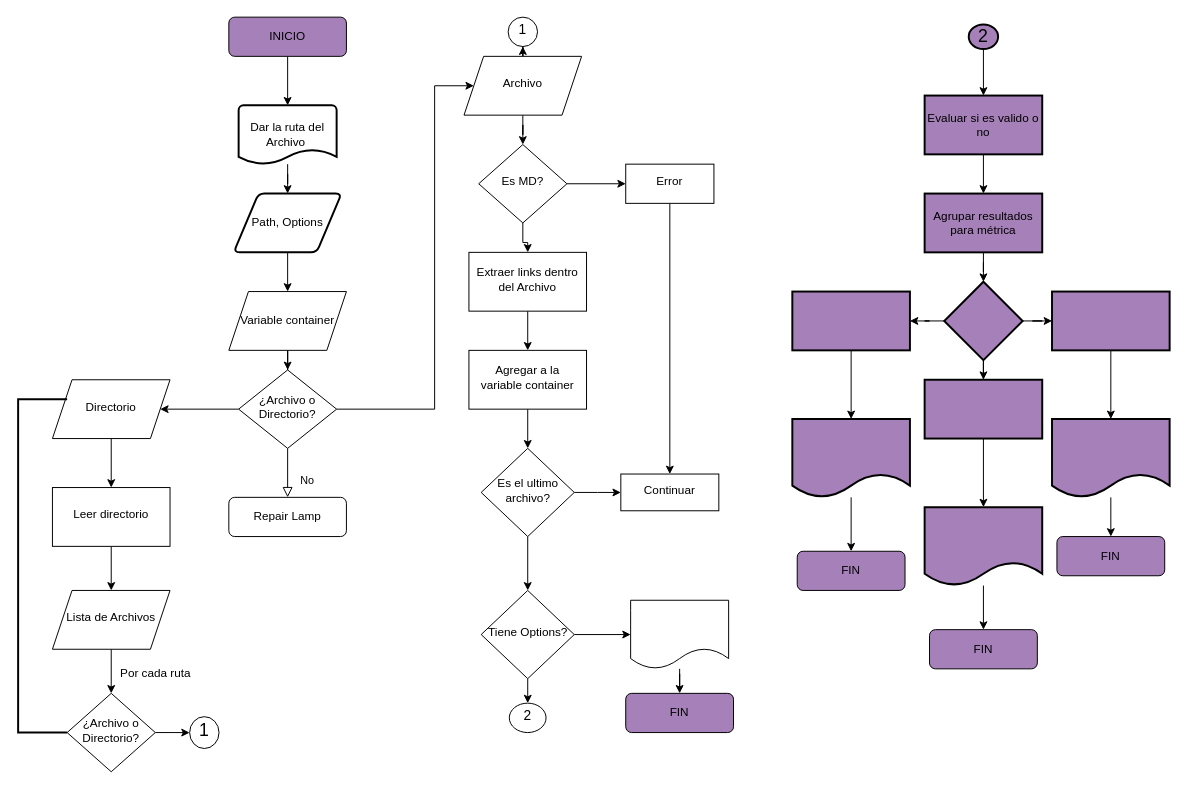
This is Untitled Diagram.drawio from Angelik4/bog001-md-links, a draw.io file, before an edit. Source tidied: cells renumbered, new cells numbered last; positions are measured from the earlier drawing's top-left corner, leaving out a move shared by most shapes. Both pictures are drawn from the tidied source at 98%, with x=0, y=0 at pixel (18, 17).
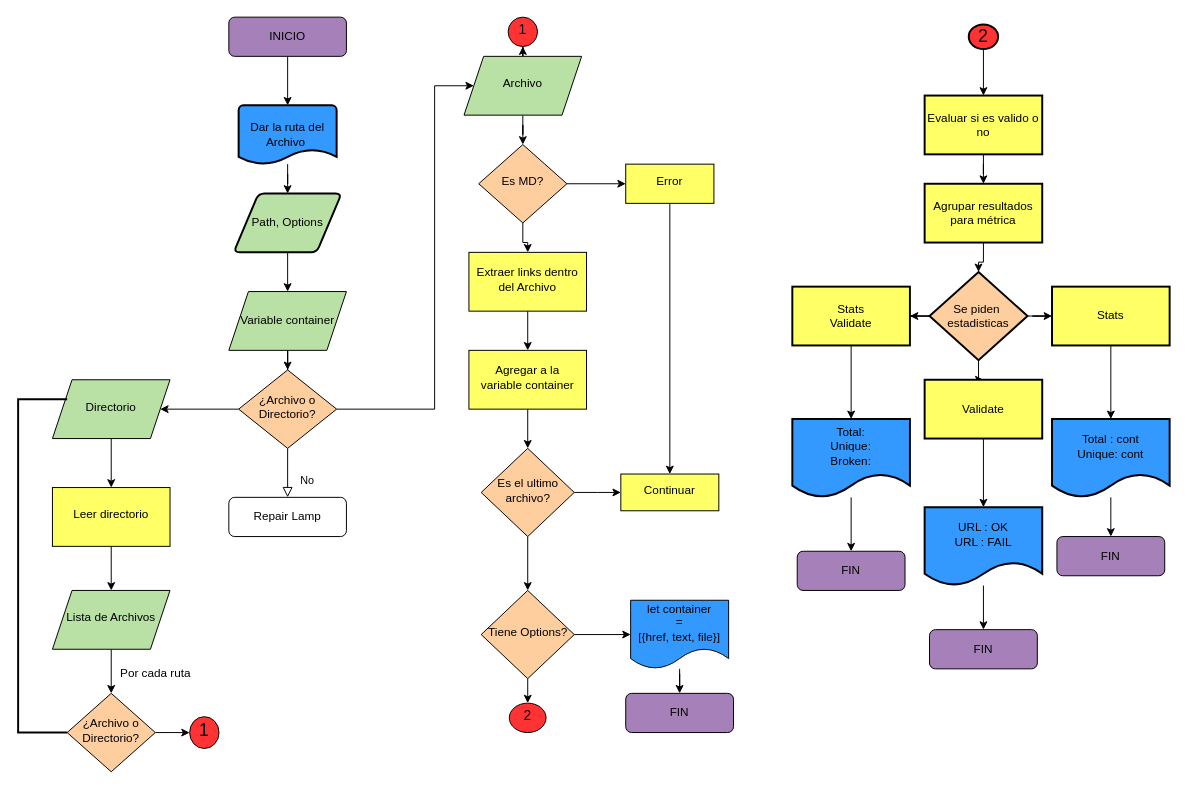
After the change.

Diff of the diagram source:
```diff
@@
-    <mxCell id="7" value="¿Archivo o Directorio?" style="rhombus;whiteSpace=wrap;html=1;shadow=0;fontFamily=Helvetica;fontSize=12;align=center;strokeWidth=1;spacing=6;spacingTop=-4;" parent="1" vertex="1">
+    <mxCell id="7" value="¿Archivo o Directorio?" style="rhombus;whiteSpace=wrap;html=1;shadow=0;fontFamily=Helvetica;fontSize=12;align=center;strokeWidth=1;spacing=6;spacingTop=-4;fillColor=#FFCE9F;" parent="1" vertex="1">
       <mxGeometry x="225" y="360" width="100" height="80" as="geometry" />
     </mxCell>
@@
-    <mxCell id="10" value="Dar la ruta del Archivo&amp;nbsp;" style="strokeWidth=2;html=1;shape=mxgraph.flowchart.document2;whiteSpace=wrap;size=0.25;" parent="1" vertex="1">
+    <mxCell id="10" value="Dar la ruta del Archivo&amp;nbsp;" style="strokeWidth=2;html=1;shape=mxgraph.flowchart.document2;whiteSpace=wrap;size=0.25;fillColor=#3399FF;" parent="1" vertex="1">
       <mxGeometry x="225" y="90" width="100" height="60" as="geometry" />
     </mxCell>
@@
-    <mxCell id="12" value="Path, Options" style="shape=parallelogram;html=1;strokeWidth=2;perimeter=parallelogramPerimeter;whiteSpace=wrap;rounded=1;arcSize=12;size=0.23;" parent="1" vertex="1">
+    <mxCell id="12" value="Path, Options" style="shape=parallelogram;html=1;strokeWidth=2;perimeter=parallelogramPerimeter;whiteSpace=wrap;rounded=1;arcSize=12;size=0.23;fillColor=#B9E0A5;" parent="1" vertex="1">
       <mxGeometry x="220" y="180" width="110" height="60" as="geometry" />
     </mxCell>
@@
-    <mxCell id="14" value="Variable container" style="shape=parallelogram;perimeter=parallelogramPerimeter;whiteSpace=wrap;html=1;fixedSize=1;strokeColor=#000000;" parent="1" vertex="1">
+    <mxCell id="14" value="Variable container" style="shape=parallelogram;perimeter=parallelogramPerimeter;whiteSpace=wrap;html=1;fixedSize=1;strokeColor=#000000;fillColor=#B9E0A5;" parent="1" vertex="1">
       <mxGeometry x="215" y="280" width="120" height="60" as="geometry" />
     </mxCell>
@@
-    <mxCell id="16" value="Directorio" style="shape=parallelogram;perimeter=parallelogramPerimeter;whiteSpace=wrap;html=1;fixedSize=1;shadow=0;strokeWidth=1;spacing=6;spacingTop=-4;" parent="1" vertex="1">
+    <mxCell id="16" value="Directorio" style="shape=parallelogram;perimeter=parallelogramPerimeter;whiteSpace=wrap;html=1;fixedSize=1;shadow=0;strokeWidth=1;spacing=6;spacingTop=-4;fillColor=#B9E0A5;" parent="1" vertex="1">
       <mxGeometry x="35" y="370" width="120" height="60" as="geometry" />
     </mxCell>
@@
-    <mxCell id="18" value="Leer directorio" style="whiteSpace=wrap;html=1;shadow=0;strokeWidth=1;spacing=6;spacingTop=-4;" parent="1" vertex="1">
+    <mxCell id="18" value="Leer directorio" style="whiteSpace=wrap;html=1;shadow=0;strokeWidth=1;spacing=6;spacingTop=-4;fillColor=#FFFF66;" parent="1" vertex="1">
       <mxGeometry x="35" y="480" width="120" height="60" as="geometry" />
     </mxCell>
@@
-    <mxCell id="20" value="Lista de Archivos" style="shape=parallelogram;perimeter=parallelogramPerimeter;whiteSpace=wrap;html=1;fixedSize=1;shadow=0;strokeWidth=1;spacing=6;spacingTop=-4;" parent="1" vertex="1">
+    <mxCell id="20" value="Lista de Archivos" style="shape=parallelogram;perimeter=parallelogramPerimeter;whiteSpace=wrap;html=1;fixedSize=1;shadow=0;strokeWidth=1;spacing=6;spacingTop=-4;fillColor=#B9E0A5;" parent="1" vertex="1">
       <mxGeometry x="35" y="585" width="120" height="60" as="geometry" />
     </mxCell>
@@
-    <mxCell id="22" value="&lt;span&gt;¿Archivo o Directorio?&lt;/span&gt;" style="rhombus;whiteSpace=wrap;html=1;shadow=0;strokeWidth=1;spacing=6;spacingTop=-4;" parent="1" vertex="1">
+    <mxCell id="22" value="&lt;span&gt;¿Archivo o Directorio?&lt;/span&gt;" style="rhombus;whiteSpace=wrap;html=1;shadow=0;strokeWidth=1;spacing=6;spacingTop=-4;fillColor=#FFCE9F;" parent="1" vertex="1">
       <mxGeometry x="50" y="690" width="90" height="80" as="geometry" />
     </mxCell>
@@
-    <mxCell id="25" value="&lt;font style=&quot;font-size: 18px&quot;&gt;1&lt;/font&gt;" style="ellipse;whiteSpace=wrap;html=1;shadow=0;strokeWidth=1;spacing=6;spacingTop=-4;" parent="1" vertex="1">
+    <mxCell id="25" value="&lt;font style=&quot;font-size: 18px&quot;&gt;1&lt;/font&gt;" style="ellipse;whiteSpace=wrap;html=1;shadow=0;strokeWidth=1;spacing=6;spacingTop=-4;fillColor=#FF3333;" parent="1" vertex="1">
       <mxGeometry x="175" y="713.8" width="30" height="32.5" as="geometry" />
     </mxCell>
@@
-    <mxCell id="28" value="Archivo" style="shape=parallelogram;perimeter=parallelogramPerimeter;whiteSpace=wrap;html=1;fixedSize=1;shadow=0;strokeWidth=1;spacing=6;spacingTop=-4;" parent="1" vertex="1">
+    <mxCell id="28" value="Archivo" style="shape=parallelogram;perimeter=parallelogramPerimeter;whiteSpace=wrap;html=1;fixedSize=1;shadow=0;strokeWidth=1;spacing=6;spacingTop=-4;fillColor=#B9E0A5;" parent="1" vertex="1">
       <mxGeometry x="455" y="40" width="120" height="60" as="geometry" />
     </mxCell>
-    <mxCell id="29" value="&lt;font style=&quot;font-size: 14px&quot;&gt;1&lt;/font&gt;" style="ellipse;whiteSpace=wrap;html=1;shadow=0;strokeWidth=1;spacing=6;spacingTop=-4;" parent="1" vertex="1">
+    <mxCell id="29" value="&lt;font style=&quot;font-size: 14px&quot;&gt;1&lt;/font&gt;" style="ellipse;whiteSpace=wrap;html=1;shadow=0;strokeWidth=1;spacing=6;spacingTop=-4;fillColor=#FF3333;" parent="1" vertex="1">
       <mxGeometry x="500" width="30" height="30" as="geometry" />
     </mxCell>
@@
-    <mxCell id="32" value="Es MD?" style="rhombus;whiteSpace=wrap;html=1;shadow=0;strokeWidth=1;spacing=6;spacingTop=-4;" parent="1" vertex="1">
+    <mxCell id="32" value="Es MD?" style="rhombus;whiteSpace=wrap;html=1;shadow=0;strokeWidth=1;spacing=6;spacingTop=-4;fillColor=#FFCE9F;" parent="1" vertex="1">
       <mxGeometry x="470" y="130" width="90" height="80" as="geometry" />
     </mxCell>
@@
-    <mxCell id="34" value="Extraer links dentro del Archivo" style="whiteSpace=wrap;html=1;shadow=0;strokeWidth=1;spacing=6;spacingTop=-4;" parent="1" vertex="1">
+    <mxCell id="34" value="Extraer links dentro del Archivo" style="whiteSpace=wrap;html=1;shadow=0;strokeWidth=1;spacing=6;spacingTop=-4;fillColor=#FFFF66;" parent="1" vertex="1">
       <mxGeometry x="460" y="240" width="120" height="60" as="geometry" />
     </mxCell>
@@
-    <mxCell id="36" value="Agregar a la variable container" style="whiteSpace=wrap;html=1;shadow=0;strokeWidth=1;spacing=6;spacingTop=-4;" parent="1" vertex="1">
+    <mxCell id="36" value="Agregar a la variable container" style="whiteSpace=wrap;html=1;shadow=0;strokeWidth=1;spacing=6;spacingTop=-4;fillColor=#FFFF66;" parent="1" vertex="1">
       <mxGeometry x="460" y="340" width="120" height="60" as="geometry" />
     </mxCell>
@@
-    <mxCell id="39" value="Es el ultimo archivo?" style="rhombus;whiteSpace=wrap;html=1;shadow=0;strokeWidth=1;spacing=6;spacingTop=-4;" parent="1" vertex="1">
+    <mxCell id="39" value="Es el ultimo archivo?" style="rhombus;whiteSpace=wrap;html=1;shadow=0;strokeWidth=1;spacing=6;spacingTop=-4;fillColor=#FFCE9F;" parent="1" vertex="1">
       <mxGeometry x="472.5" y="440" width="95" height="90" as="geometry" />
     </mxCell>
-    <mxCell id="40" value="Continuar" style="whiteSpace=wrap;html=1;shadow=0;strokeWidth=1;spacing=6;spacingTop=-4;" parent="1" vertex="1">
+    <mxCell id="40" value="Continuar" style="whiteSpace=wrap;html=1;shadow=0;strokeWidth=1;spacing=6;spacingTop=-4;fillColor=#FFFF66;" parent="1" vertex="1">
       <mxGeometry x="615" y="466.2" width="100" height="37.5" as="geometry" />
     </mxCell>
@@
-    <mxCell id="42" value="Error" style="whiteSpace=wrap;html=1;shadow=0;strokeWidth=1;spacing=6;spacingTop=-4;" parent="1" vertex="1">
+    <mxCell id="42" value="Error" style="whiteSpace=wrap;html=1;shadow=0;strokeWidth=1;spacing=6;spacingTop=-4;fillColor=#FFFF66;" parent="1" vertex="1">
       <mxGeometry x="620" y="150" width="90" height="40" as="geometry" />
     </mxCell>
@@
-    <mxCell id="45" value="Tiene Options?" style="rhombus;whiteSpace=wrap;html=1;shadow=0;strokeWidth=1;spacing=6;spacingTop=-4;" parent="1" vertex="1">
+    <mxCell id="45" value="Tiene Options?" style="rhombus;whiteSpace=wrap;html=1;shadow=0;strokeWidth=1;spacing=6;spacingTop=-4;fillColor=#FFCE9F;" parent="1" vertex="1">
       <mxGeometry x="472.5" y="585" width="95" height="90" as="geometry" />
     </mxCell>
@@
-    <mxCell id="47" style="shape=document;whiteSpace=wrap;html=1;boundedLbl=1;shadow=0;strokeWidth=1;spacing=6;spacingTop=-4;" parent="1" vertex="1">
+    <mxCell id="47" value="let container&lt;br&gt;=&lt;br&gt;[{href, text, file}]" style="shape=document;whiteSpace=wrap;html=1;boundedLbl=1;shadow=0;strokeWidth=1;spacing=6;spacingTop=-4;fillColor=#3399FF;" parent="1" vertex="1">
       <mxGeometry x="625" y="595" width="100" height="70" as="geometry" />
     </mxCell>
@@
-    <mxCell id="49" value="&lt;font style=&quot;font-size: 14px&quot;&gt;2&lt;/font&gt;" style="ellipse;whiteSpace=wrap;html=1;shadow=0;strokeWidth=1;spacing=6;spacingTop=-4;" parent="1" vertex="1">
+    <mxCell id="49" value="&lt;font style=&quot;font-size: 14px&quot;&gt;2&lt;/font&gt;" style="ellipse;whiteSpace=wrap;html=1;shadow=0;strokeWidth=1;spacing=6;spacingTop=-4;fillColor=#FF3333;" parent="1" vertex="1">
       <mxGeometry x="501.2" y="700" width="37.5" height="30" as="geometry" />
     </mxCell>
@@
-    <mxCell id="51" value="&lt;font style=&quot;font-size: 18px&quot;&gt;2&lt;/font&gt;" style="strokeWidth=2;html=1;shape=mxgraph.flowchart.start_2;whiteSpace=wrap;fillColor=#A680B8;" parent="1" vertex="1">
+    <mxCell id="51" value="&lt;font style=&quot;font-size: 18px&quot;&gt;2&lt;/font&gt;" style="strokeWidth=2;html=1;shape=mxgraph.flowchart.start_2;whiteSpace=wrap;fillColor=#FF3333;" parent="1" vertex="1">
       <mxGeometry x="970" y="7.5" width="30" height="25" as="geometry" />
     </mxCell>
@@
-    <mxCell id="53" value="Evaluar si es valido o no" style="whiteSpace=wrap;html=1;strokeWidth=2;fillColor=#A680B8;" parent="1" vertex="1">
+    <mxCell id="53" value="Evaluar si es valido o no" style="whiteSpace=wrap;html=1;strokeWidth=2;fillColor=#FFFF66;" parent="1" vertex="1">
       <mxGeometry x="925" y="80" width="120" height="60" as="geometry" />
     </mxCell>
@@
-    <mxCell id="55" value="Agrupar resultados para métrica" style="whiteSpace=wrap;html=1;strokeWidth=2;fillColor=#A680B8;" parent="1" vertex="1">
-      <mxGeometry x="925" y="180" width="120" height="60" as="geometry" />
+    <mxCell id="55" value="Agrupar resultados para métrica" style="whiteSpace=wrap;html=1;strokeWidth=2;fillColor=#FFFF66;" parent="1" vertex="1">
+      <mxGeometry x="925" y="170" width="120" height="60" as="geometry" />
     </mxCell>
@@
-    <mxCell id="59" style="rhombus;whiteSpace=wrap;html=1;strokeWidth=2;fillColor=#A680B8;" parent="1" vertex="1">
-      <mxGeometry x="945" y="270" width="80" height="80" as="geometry" />
+    <mxCell id="59" value="Se piden&amp;nbsp; estadisticas" style="rhombus;whiteSpace=wrap;html=1;strokeWidth=2;fillColor=#FFCE9F;" parent="1" vertex="1">
+      <mxGeometry x="930" y="260" width="100" height="90" as="geometry" />
     </mxCell>
@@
-    <mxCell id="61" style="whiteSpace=wrap;html=1;strokeWidth=2;fillColor=#A680B8;" parent="1" vertex="1">
-      <mxGeometry x="1055" y="280" width="120" height="60" as="geometry" />
+    <mxCell id="61" value="Stats" style="whiteSpace=wrap;html=1;strokeWidth=2;fillColor=#FFFF66;" parent="1" vertex="1">
+      <mxGeometry x="1055" y="275" width="120" height="60" as="geometry" />
     </mxCell>
@@
-    <mxCell id="63" style="whiteSpace=wrap;html=1;strokeWidth=2;fillColor=#A680B8;" parent="1" vertex="1">
-      <mxGeometry x="790" y="280" width="120" height="60" as="geometry" />
+    <mxCell id="63" value="Stats&lt;br&gt;Validate" style="whiteSpace=wrap;html=1;strokeWidth=2;fillColor=#FFFF66;" parent="1" vertex="1">
+      <mxGeometry x="790" y="275" width="120" height="60" as="geometry" />
     </mxCell>
@@
-    <mxCell id="65" style="whiteSpace=wrap;html=1;strokeWidth=2;fillColor=#A680B8;" parent="1" vertex="1">
+    <mxCell id="65" value="Validate" style="whiteSpace=wrap;html=1;strokeWidth=2;fillColor=#FFFF66;" parent="1" vertex="1">
       <mxGeometry x="925" y="370" width="120" height="60" as="geometry" />
     </mxCell>
@@
-    <mxCell id="67" style="shape=document;whiteSpace=wrap;html=1;boundedLbl=1;strokeWidth=2;fillColor=#A680B8;" parent="1" vertex="1">
+    <mxCell id="67" value="Total : cont&lt;br&gt;Unique: cont" style="shape=document;whiteSpace=wrap;html=1;boundedLbl=1;strokeWidth=2;fillColor=#3399FF;" parent="1" vertex="1">
       <mxGeometry x="1055" y="410" width="120" height="80" as="geometry" />
     </mxCell>
@@
-    <mxCell id="69" style="shape=document;whiteSpace=wrap;html=1;boundedLbl=1;strokeWidth=2;fillColor=#A680B8;" parent="1" vertex="1">
+    <mxCell id="69" value="Total:&lt;br&gt;Unique:&lt;br&gt;Broken:" style="shape=document;whiteSpace=wrap;html=1;boundedLbl=1;strokeWidth=2;fillColor=#3399FF;" parent="1" vertex="1">
       <mxGeometry x="790" y="410" width="120" height="80" as="geometry" />
     </mxCell>
@@
-    <mxCell id="71" style="shape=document;whiteSpace=wrap;html=1;boundedLbl=1;strokeWidth=2;fillColor=#A680B8;" parent="1" vertex="1">
+    <mxCell id="71" value="URL : OK&lt;br&gt;URL : FAIL" style="shape=document;whiteSpace=wrap;html=1;boundedLbl=1;strokeWidth=2;fillColor=#3399FF;" parent="1" vertex="1">
       <mxGeometry x="925" y="500" width="120" height="80" as="geometry" />
     </mxCell>
```
